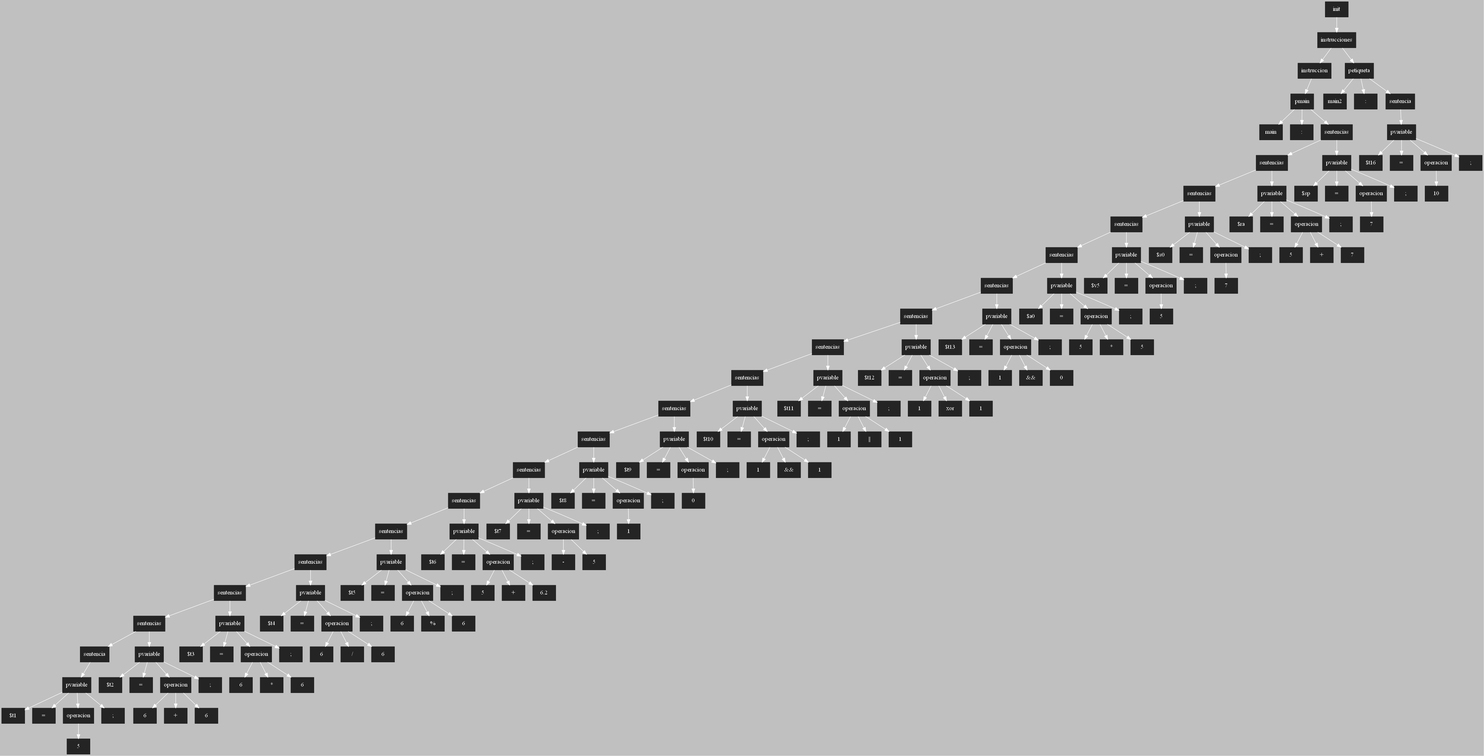
This is ASPAscendente.png from AndreeAvalos/OLC2-AUGUS, a Graphviz export, as it was before one commit. Its source is kept beside it as ASPAscendente.dot.
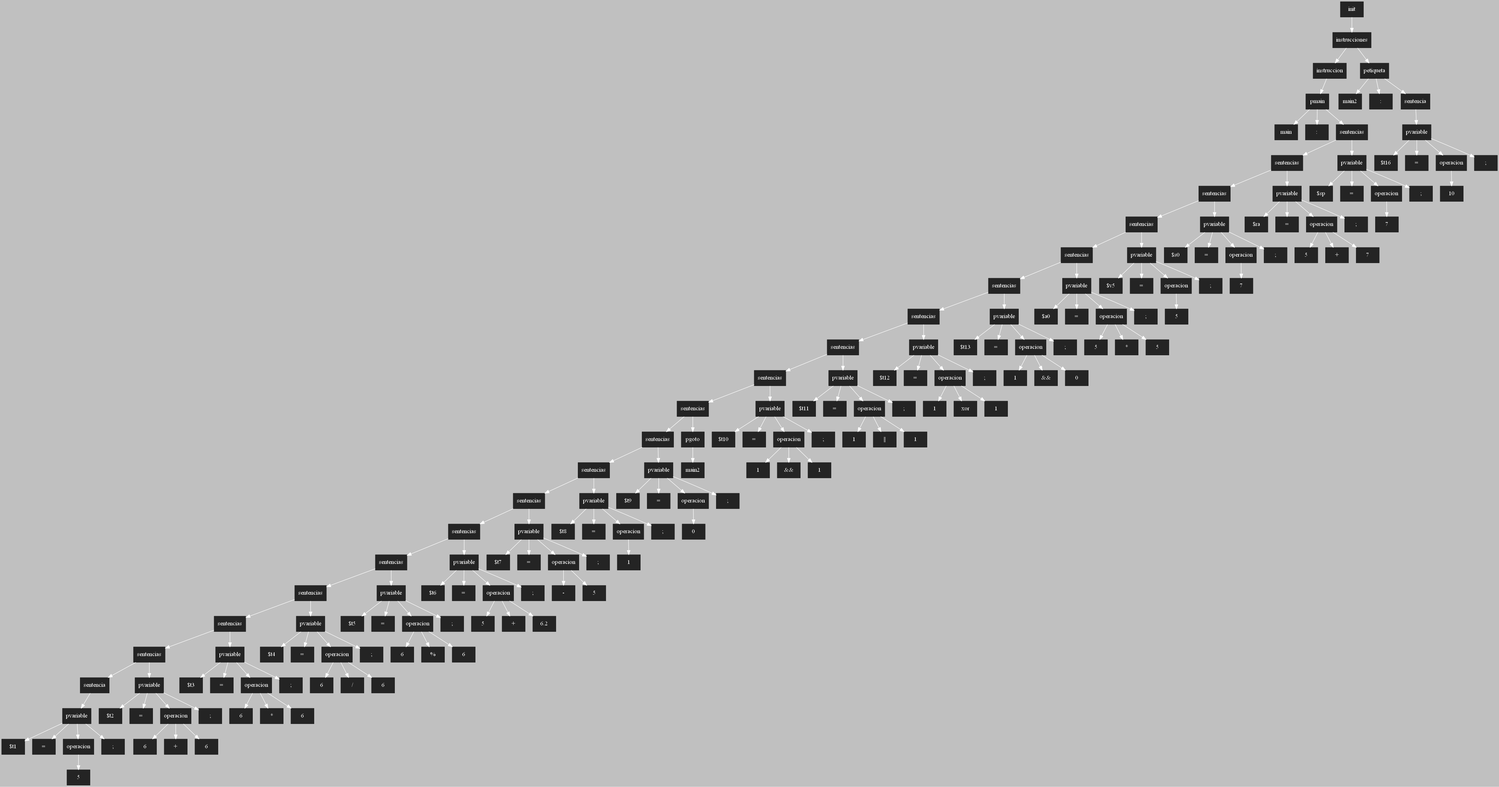
The same file after the commit.

Change to the diagram source:
```diff
@@ -3,21 +3,22 @@
  [shape=box, style=filled, color=gray14]
  rankdir=UD
  edge[color=white, dir=fordware]
-165[style = "filled" ; label = "init"]
-164[style = "filled" ; label = "instrucciones"]
-153[style = "filled" ; label = "instruccion"]
-150[style = "filled" ; label = "pmain"]
-151[style = "filled" ; label = "main"]
-152[style = "filled" ; label = ":"]
-149[style = "filled" ; label = "sentencias"]
-142[style = "filled" ; label = "sentencias"]
-133[style = "filled" ; label = "sentencias"]
-126[style = "filled" ; label = "sentencias"]
-119[style = "filled" ; label = "sentencias"]
-110[style = "filled" ; label = "sentencias"]
-101[style = "filled" ; label = "sentencias"]
-92[style = "filled" ; label = "sentencias"]
-83[style = "filled" ; label = "sentencias"]
+168[style = "filled" ; label = "init"]
+167[style = "filled" ; label = "instrucciones"]
+156[style = "filled" ; label = "instruccion"]
+153[style = "filled" ; label = "pmain"]
+154[style = "filled" ; label = "main"]
+155[style = "filled" ; label = ":"]
+152[style = "filled" ; label = "sentencias"]
+145[style = "filled" ; label = "sentencias"]
+136[style = "filled" ; label = "sentencias"]
+129[style = "filled" ; label = "sentencias"]
+122[style = "filled" ; label = "sentencias"]
+113[style = "filled" ; label = "sentencias"]
+104[style = "filled" ; label = "sentencias"]
+95[style = "filled" ; label = "sentencias"]
+86[style = "filled" ; label = "sentencias"]
+77[style = "filled" ; label = "sentencias"]
 74[style = "filled" ; label = "sentencias"]
 67[style = "filled" ; label = "sentencias"]
 60[style = "filled" ; label = "sentencias"]
@@ -92,97 +93,100 @@
 69[style = "filled" ; label = "operacion"]
 68[style = "filled" ; label = "0"]
 73[style = "filled" ; label = ";"]
-79[style = "filled" ; label = "pvariable"]
-80[style = "filled" ; label = "$t10"]
-81[style = "filled" ; label = "="]
-77[style = "filled" ; label = "operacion"]
-75[style = "filled" ; label = "1"]
-78[style = "filled" ; label = "&&"]
-76[style = "filled" ; label = "1"]
-82[style = "filled" ; label = ";"]
-88[style = "filled" ; label = "pvariable"]
-89[style = "filled" ; label = "$t11"]
-90[style = "filled" ; label = "="]
-86[style = "filled" ; label = "operacion"]
-84[style = "filled" ; label = "1"]
-87[style = "filled" ; label = "||"]
-85[style = "filled" ; label = "1"]
-91[style = "filled" ; label = ";"]
-97[style = "filled" ; label = "pvariable"]
-98[style = "filled" ; label = "$t12"]
-99[style = "filled" ; label = "="]
-95[style = "filled" ; label = "operacion"]
-93[style = "filled" ; label = "1"]
-96[style = "filled" ; label = "xor"]
-94[style = "filled" ; label = "1"]
-100[style = "filled" ; label = ";"]
-106[style = "filled" ; label = "pvariable"]
-107[style = "filled" ; label = "$t13"]
-108[style = "filled" ; label = "="]
-104[style = "filled" ; label = "operacion"]
-102[style = "filled" ; label = "1"]
-105[style = "filled" ; label = "&&"]
-103[style = "filled" ; label = "0"]
-109[style = "filled" ; label = ";"]
-115[style = "filled" ; label = "pvariable"]
-116[style = "filled" ; label = "$a0"]
-117[style = "filled" ; label = "="]
-113[style = "filled" ; label = "operacion"]
-111[style = "filled" ; label = "5"]
-114[style = "filled" ; label = "*"]
-112[style = "filled" ; label = "5"]
-118[style = "filled" ; label = ";"]
-122[style = "filled" ; label = "pvariable"]
-123[style = "filled" ; label = "$v5"]
-124[style = "filled" ; label = "="]
-121[style = "filled" ; label = "operacion"]
-120[style = "filled" ; label = "5"]
-125[style = "filled" ; label = ";"]
-129[style = "filled" ; label = "pvariable"]
-130[style = "filled" ; label = "$s0"]
-131[style = "filled" ; label = "="]
-128[style = "filled" ; label = "operacion"]
-127[style = "filled" ; label = "7"]
-132[style = "filled" ; label = ";"]
-138[style = "filled" ; label = "pvariable"]
-139[style = "filled" ; label = "$ra"]
-140[style = "filled" ; label = "="]
-136[style = "filled" ; label = "operacion"]
-134[style = "filled" ; label = "5"]
-137[style = "filled" ; label = "+"]
-135[style = "filled" ; label = "7"]
-141[style = "filled" ; label = ";"]
-145[style = "filled" ; label = "pvariable"]
-146[style = "filled" ; label = "$sp"]
-147[style = "filled" ; label = "="]
-144[style = "filled" ; label = "operacion"]
-143[style = "filled" ; label = "7"]
-148[style = "filled" ; label = ";"]
-161[style = "filled" ; label = "petiqueta"]
-162[style = "filled" ; label = "main2"]
-163[style = "filled" ; label = ":"]
-160[style = "filled" ; label = "sentencia"]
-156[style = "filled" ; label = "pvariable"]
-157[style = "filled" ; label = "$t16"]
-158[style = "filled" ; label = "="]
-155[style = "filled" ; label = "operacion"]
-154[style = "filled" ; label = "10"]
-159[style = "filled" ; label = ";"]
-165->164;
-164->153;
-153->150;
-150->151;
-150->152;
-150->149;
-149->142;
-142->133;
-133->126;
-126->119;
-119->110;
-110->101;
-101->92;
-92->83;
-83->74;
+75[style = "filled" ; label = "pgoto"]
+76[style = "filled" ; label = "main2"]
+82[style = "filled" ; label = "pvariable"]
+83[style = "filled" ; label = "$t10"]
+84[style = "filled" ; label = "="]
+80[style = "filled" ; label = "operacion"]
+78[style = "filled" ; label = "1"]
+81[style = "filled" ; label = "&&"]
+79[style = "filled" ; label = "1"]
+85[style = "filled" ; label = ";"]
+91[style = "filled" ; label = "pvariable"]
+92[style = "filled" ; label = "$t11"]
+93[style = "filled" ; label = "="]
+89[style = "filled" ; label = "operacion"]
+87[style = "filled" ; label = "1"]
+90[style = "filled" ; label = "||"]
+88[style = "filled" ; label = "1"]
+94[style = "filled" ; label = ";"]
+100[style = "filled" ; label = "pvariable"]
+101[style = "filled" ; label = "$t12"]
+102[style = "filled" ; label = "="]
+98[style = "filled" ; label = "operacion"]
+96[style = "filled" ; label = "1"]
+99[style = "filled" ; label = "xor"]
+97[style = "filled" ; label = "1"]
+103[style = "filled" ; label = ";"]
+109[style = "filled" ; label = "pvariable"]
+110[style = "filled" ; label = "$t13"]
+111[style = "filled" ; label = "="]
+107[style = "filled" ; label = "operacion"]
+105[style = "filled" ; label = "1"]
+108[style = "filled" ; label = "&&"]
+106[style = "filled" ; label = "0"]
+112[style = "filled" ; label = ";"]
+118[style = "filled" ; label = "pvariable"]
+119[style = "filled" ; label = "$a0"]
+120[style = "filled" ; label = "="]
+116[style = "filled" ; label = "operacion"]
+114[style = "filled" ; label = "5"]
+117[style = "filled" ; label = "*"]
+115[style = "filled" ; label = "5"]
+121[style = "filled" ; label = ";"]
+125[style = "filled" ; label = "pvariable"]
+126[style = "filled" ; label = "$v5"]
+127[style = "filled" ; label = "="]
+124[style = "filled" ; label = "operacion"]
+123[style = "filled" ; label = "5"]
+128[style = "filled" ; label = ";"]
+132[style = "filled" ; label = "pvariable"]
+133[style = "filled" ; label = "$s0"]
+134[style = "filled" ; label = "="]
+131[style = "filled" ; label = "operacion"]
+130[style = "filled" ; label = "7"]
+135[style = "filled" ; label = ";"]
+141[style = "filled" ; label = "pvariable"]
+142[style = "filled" ; label = "$ra"]
+143[style = "filled" ; label = "="]
+139[style = "filled" ; label = "operacion"]
+137[style = "filled" ; label = "5"]
+140[style = "filled" ; label = "+"]
+138[style = "filled" ; label = "7"]
+144[style = "filled" ; label = ";"]
+148[style = "filled" ; label = "pvariable"]
+149[style = "filled" ; label = "$sp"]
+150[style = "filled" ; label = "="]
+147[style = "filled" ; label = "operacion"]
+146[style = "filled" ; label = "7"]
+151[style = "filled" ; label = ";"]
+164[style = "filled" ; label = "petiqueta"]
+165[style = "filled" ; label = "main2"]
+166[style = "filled" ; label = ":"]
+163[style = "filled" ; label = "sentencia"]
+159[style = "filled" ; label = "pvariable"]
+160[style = "filled" ; label = "$t16"]
+161[style = "filled" ; label = "="]
+158[style = "filled" ; label = "operacion"]
+157[style = "filled" ; label = "10"]
+162[style = "filled" ; label = ";"]
+168->167;
+167->156;
+156->153;
+153->154;
+153->155;
+153->152;
+152->145;
+145->136;
+136->129;
+129->122;
+122->113;
+113->104;
+104->95;
+95->86;
+86->77;
+77->74;
 74->67;
 67->60;
 60->52;
@@ -256,81 +260,83 @@
 70->69;
 69->68;
 70->73;
-83->79;
-79->80;
-79->81;
-79->77;
 77->75;
-77->78;
-77->76;
-79->82;
-92->88;
-88->89;
-88->90;
-88->86;
-86->84;
-86->87;
-86->85;
-88->91;
-101->97;
-97->98;
-97->99;
-97->95;
-95->93;
-95->96;
-95->94;
-97->100;
-110->106;
-106->107;
-106->108;
-106->104;
-104->102;
-104->105;
-104->103;
-106->109;
-119->115;
-115->116;
-115->117;
-115->113;
-113->111;
-113->114;
-113->112;
-115->118;
-126->122;
-122->123;
-122->124;
-122->121;
-121->120;
-122->125;
-133->129;
-129->130;
-129->131;
-129->128;
-128->127;
-129->132;
-142->138;
-138->139;
-138->140;
-138->136;
-136->134;
-136->137;
-136->135;
-138->141;
-149->145;
-145->146;
-145->147;
-145->144;
-144->143;
-145->148;
-164->161;
-161->162;
-161->163;
-161->160;
-160->156;
-156->157;
-156->158;
-156->155;
-155->154;
-156->159;
+75->76;
+86->82;
+82->83;
+82->84;
+82->80;
+80->78;
+80->81;
+80->79;
+82->85;
+95->91;
+91->92;
+91->93;
+91->89;
+89->87;
+89->90;
+89->88;
+91->94;
+104->100;
+100->101;
+100->102;
+100->98;
+98->96;
+98->99;
+98->97;
+100->103;
+113->109;
+109->110;
+109->111;
+109->107;
+107->105;
+107->108;
+107->106;
+109->112;
+122->118;
+118->119;
+118->120;
+118->116;
+116->114;
+116->117;
+116->115;
+118->121;
+129->125;
+125->126;
+125->127;
+125->124;
+124->123;
+125->128;
+136->132;
+132->133;
+132->134;
+132->131;
+131->130;
+132->135;
+145->141;
+141->142;
+141->143;
+141->139;
+139->137;
+139->140;
+139->138;
+141->144;
+152->148;
+148->149;
+148->150;
+148->147;
+147->146;
+148->151;
+167->164;
+164->165;
+164->166;
+164->163;
+163->159;
+159->160;
+159->161;
+159->158;
+158->157;
+159->162;
 
 }
```
